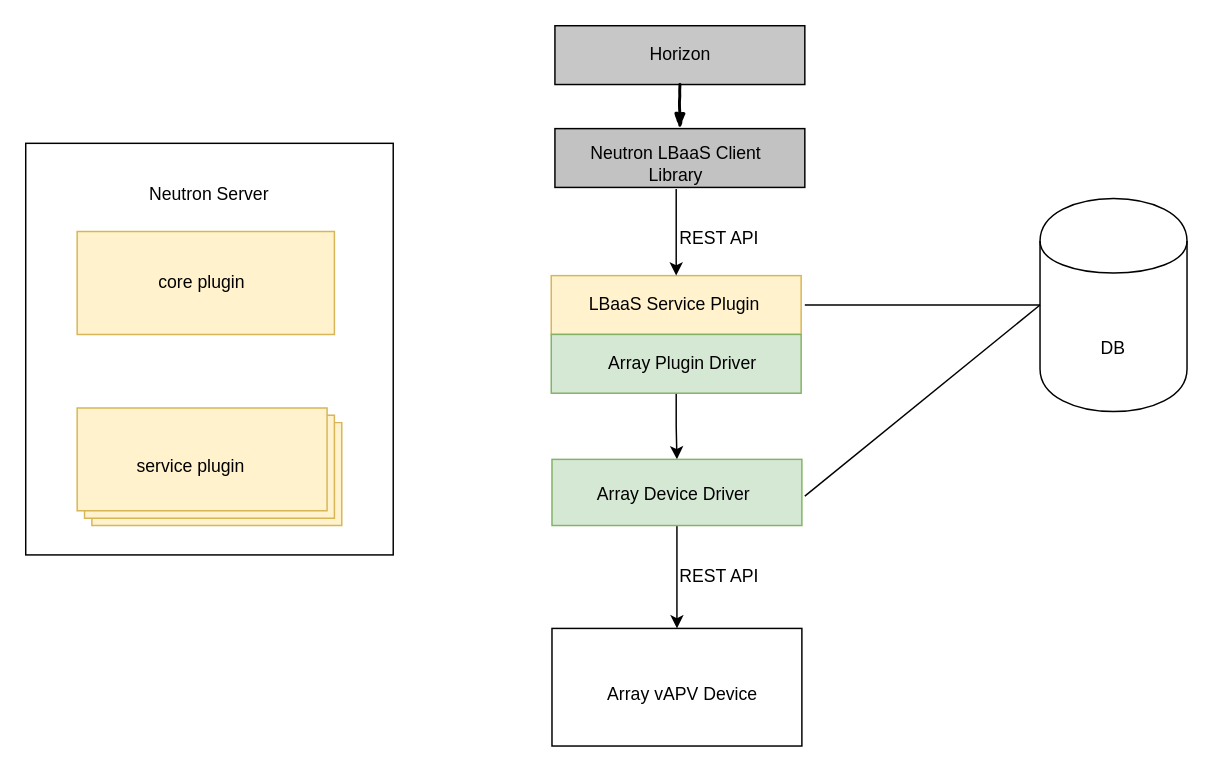
The draw.io diagram array_lbaasv2_agent.drawio in jarod-w/fordraw.io, before the edit. Source tidied: cells renumbered, new cells numbered last; positions are measured from the earlier drawing's top-left corner, leaving out a move shared by most shapes. Both pictures are drawn from the tidied source at 147%, with x=0, y=0 at pixel (25, 25).
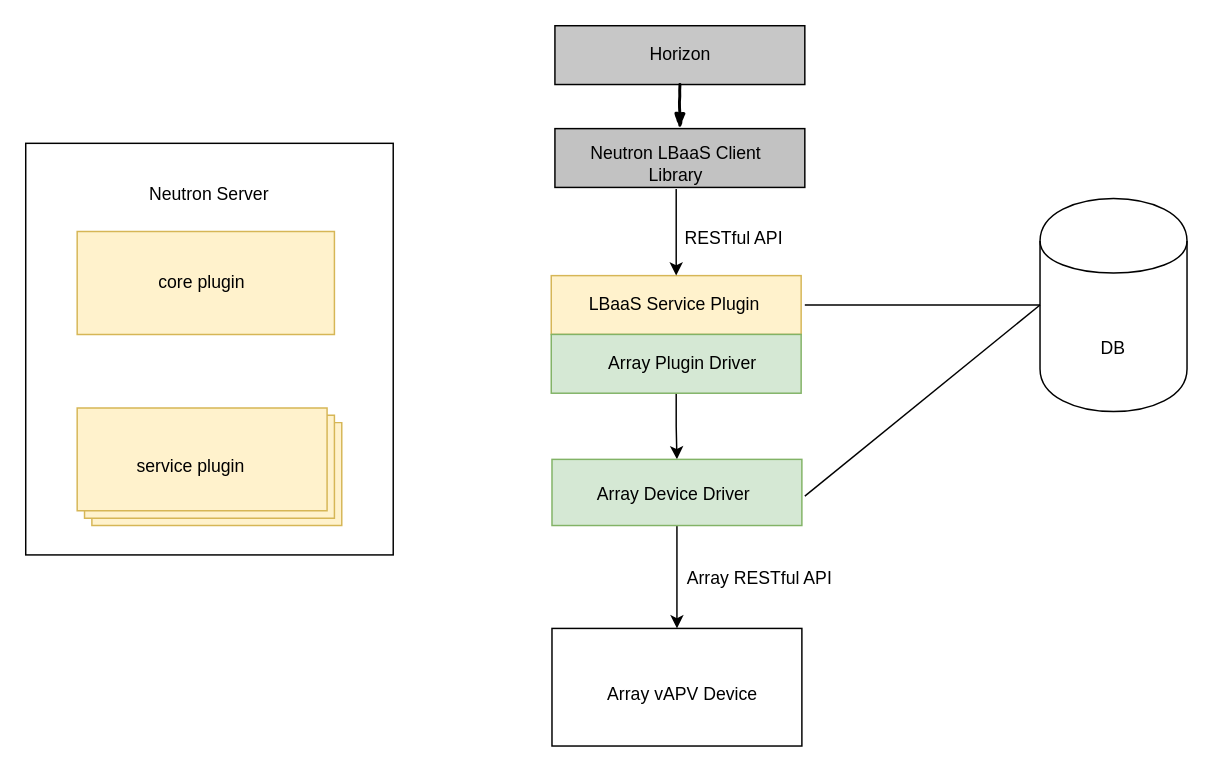
After the change.

Diff of the diagram source:
```diff
@@
-    <mxCell id="20" value="REST API" style="text;html=1;strokeColor=none;fillColor=none;align=center;verticalAlign=middle;whiteSpace=wrap;rounded=0;" parent="1" vertex="1">
-      <mxGeometry x="424" y="130" width="96" height="29" as="geometry" />
+    <mxCell id="20" value="RESTful API" style="text;html=1;strokeColor=none;fillColor=none;align=center;verticalAlign=middle;whiteSpace=wrap;rounded=0;" parent="1" vertex="1">
+      <mxGeometry x="434" y="130" width="96" height="29" as="geometry" />
     </mxCell>
-    <mxCell id="21" value="REST API" style="text;html=1;strokeColor=none;fillColor=none;align=center;verticalAlign=middle;whiteSpace=wrap;rounded=0;" parent="1" vertex="1">
-      <mxGeometry x="424" y="360.5" width="96" height="29" as="geometry" />
+    <mxCell id="21" value="Array RESTful API" style="text;html=1;strokeColor=none;fillColor=none;align=center;verticalAlign=middle;whiteSpace=wrap;rounded=0;" parent="1" vertex="1">
+      <mxGeometry x="443" y="361" width="113" height="29" as="geometry" />
     </mxCell>
```
